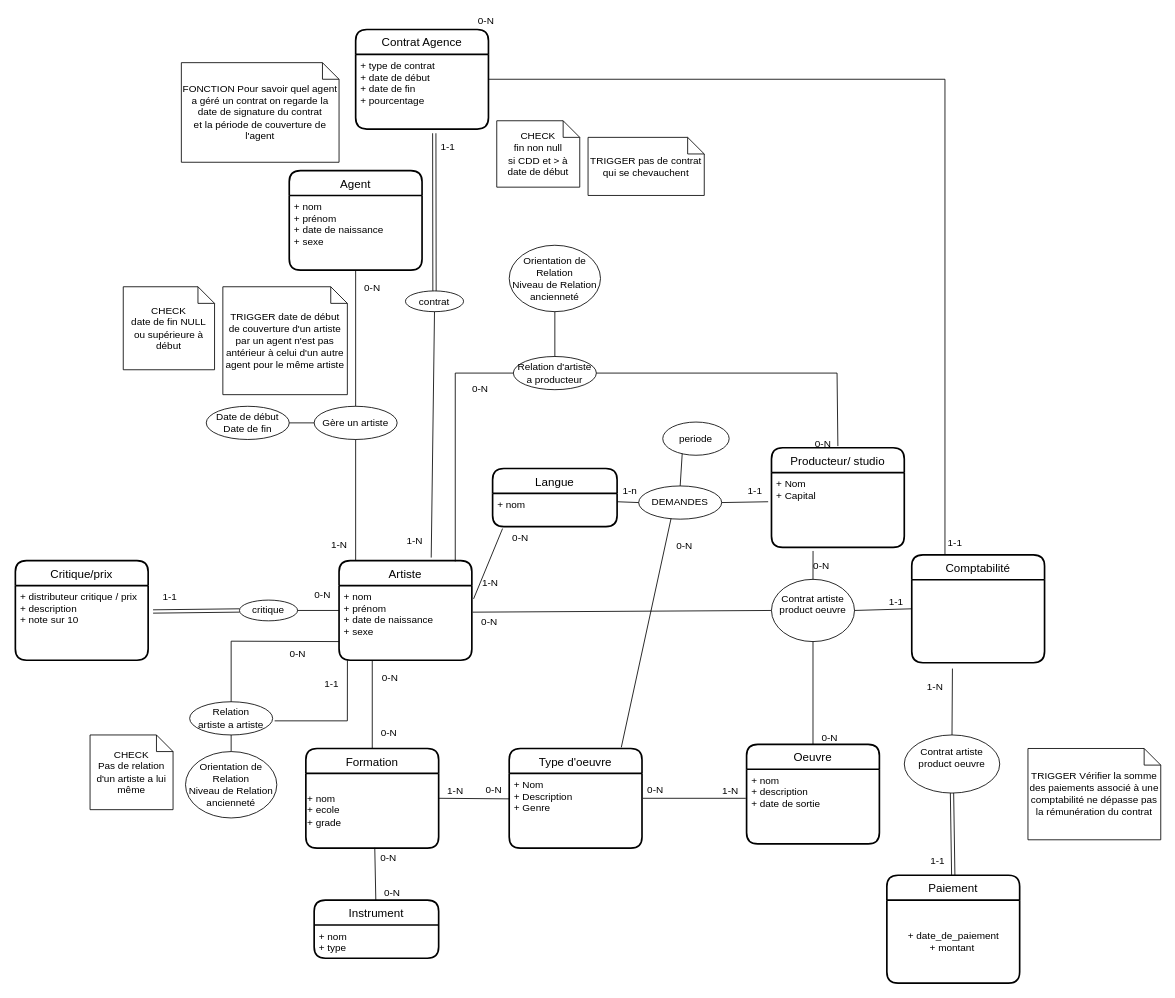
KevinD-UP/contrartist keeps this draw.io diagram as MODELISATION/modelisation-brouillon.drawio. Above is the earlier version. Source tidied: cells renumbered, new cells numbered last; positions are measured from the earlier drawing's top-left corner, leaving out a move shared by most shapes. Both pictures are drawn from the tidied source at 83%, with x=0, y=0 at pixel (15, 29).
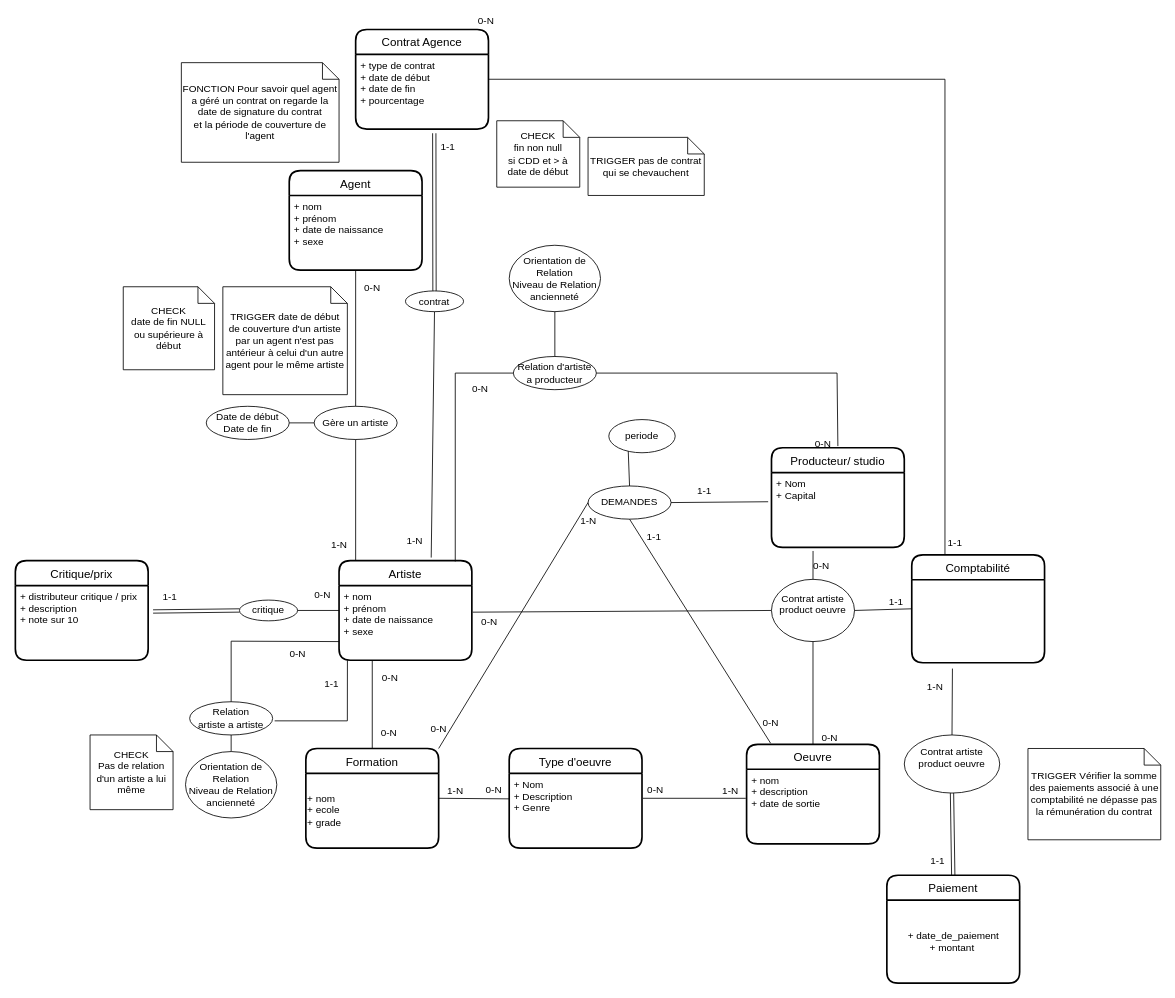
The same page after the edit.

Commit message:
Modélisation acceptée après réunion

The change refers to these unchanged cells:
```xml
<mxCell id="2" value="Type d'oeuvre" style="swimlane;horizontal=1;startSize=30;rounded=1;fontSize=14;fontStyle=0;strokeWidth=2;shadow=0;dashed=0;align=center;" parent="1" vertex="1">
  <mxGeometry x="595" y="866.3" width="160" height="120" as="geometry" />
</mxCell>
<mxCell id="4" value="Oeuvre" style="swimlane;horizontal=1;startSize=30;rounded=1;fontSize=14;fontStyle=0;strokeWidth=2;shadow=0;dashed=0;align=center;" parent="1" vertex="1">
  <mxGeometry x="881" y="861.3" width="160" height="120" as="geometry" />
</mxCell>
<mxCell id="6" value="Formation" style="swimlane;horizontal=1;startSize=30;rounded=1;fontSize=14;fontStyle=0;strokeWidth=2;shadow=0;dashed=0;align=center;" parent="1" vertex="1">
  <mxGeometry x="350" y="866.3" width="160" height="120" as="geometry" />
</mxCell>
<mxCell id="7" value="+ nom&lt;br&gt;+ ecole&lt;br&gt;+ grade" style="text;html=1;align=left;verticalAlign=middle;points=[];strokeColor=none;fillColor=none;" parent="6" vertex="1">
  <mxGeometry y="30" width="160" height="90" as="geometry" />
</mxCell>
<mxCell id="9" value="+ nom&#10;+ prénom&#10;+ date de naissance&#10;+ sexe&#10;" style="align=left;strokeColor=none;fillColor=none;spacingLeft=4;fontSize=12;verticalAlign=top;" parent="8" vertex="1">
  <mxGeometry y="30" width="160" height="90" as="geometry" />
</mxCell>
```

Change to the diagram source:
```diff
@@
-    <mxCell id="16" value="Langue" style="swimlane;horizontal=1;startSize=30;rounded=1;fontSize=14;fontStyle=0;strokeWidth=2;shadow=0;dashed=0;align=center;" parent="1" vertex="1">
-      <mxGeometry x="575" y="529" width="150" height="70" as="geometry" />
-    </mxCell>
-    <mxCell id="17" value="+ nom" style="align=left;strokeColor=none;fillColor=none;spacingLeft=4;fontSize=12;verticalAlign=top;" parent="16" vertex="1">
-      <mxGeometry y="30" width="150" height="40" as="geometry" />
-    </mxCell>
@@
-    <mxCell id="35" value="Instrument" style="swimlane;horizontal=1;startSize=30;rounded=1;fontSize=14;fontStyle=0;strokeWidth=2;shadow=0;dashed=0;align=center;" parent="1" vertex="1">
-      <mxGeometry x="360" y="1049" width="150" height="70" as="geometry" />
-    </mxCell>
-    <mxCell id="36" value="+ nom&#10;+ type" style="align=left;strokeColor=none;fillColor=none;spacingLeft=4;fontSize=12;verticalAlign=top;" parent="35" vertex="1">
-      <mxGeometry y="30" width="150" height="40" as="geometry" />
-    </mxCell>
@@
     <mxCell id="54" value="DEMANDES" style="ellipse;whiteSpace=wrap;html=1;align=center;" parent="1" vertex="1">
-      <mxGeometry x="751" y="550" width="100" height="40" as="geometry" />
+      <mxGeometry x="690" y="550" width="100" height="40" as="geometry" />
     </mxCell>
@@
-    <mxCell id="57" style="endArrow=none;html=1;rounded=0;entryX=0.39;entryY=0.98;entryDx=0;entryDy=0;entryPerimeter=0;exitX=0.844;exitY=-0.011;exitDx=0;exitDy=0;exitPerimeter=0;" parent="1" edge="1" source="2" target="54">
-      <mxGeometry relative="1" as="geometry" />
-    </mxCell>
-    <mxCell id="58" value="0-N" style="html=1;align=right;verticalAlign=bottom;" parent="57" vertex="1">
-      <mxGeometry x="1" relative="1" as="geometry">
-        <mxPoint x="26" y="42" as="offset" />
-      </mxGeometry>
-    </mxCell>
-    <mxCell id="59" style="endArrow=none;html=1;rounded=0;entryX=1;entryY=0.25;entryDx=0;entryDy=0;exitX=0;exitY=0.5;exitDx=0;exitDy=0;" parent="1" edge="1" source="54" target="17">
-      <mxGeometry relative="1" as="geometry" />
-    </mxCell>
-    <mxCell id="60" style="endArrow=none;html=1;rounded=0;exitX=0.519;exitY=0.996;exitDx=0;exitDy=0;exitPerimeter=0;" parent="1" edge="1" source="7" target="35">
-      <mxGeometry relative="1" as="geometry" />
-    </mxCell>
-    <mxCell id="61" value="0-N" style="html=1;align=left;verticalAlign=bottom;" parent="60" vertex="1">
-      <mxGeometry x="-1" relative="1" as="geometry">
-        <mxPoint x="5" y="20" as="offset" />
-      </mxGeometry>
-    </mxCell>
-    <mxCell id="62" value="0-N" style="html=1;align=right;verticalAlign=bottom;" parent="60" vertex="1">
-      <mxGeometry x="1" relative="1" as="geometry">
-        <mxPoint x="30" as="offset" />
-      </mxGeometry>
-    </mxCell>
@@
-    <mxCell id="65" style="endArrow=none;html=1;rounded=0;exitX=0.08;exitY=1.058;exitDx=0;exitDy=0;exitPerimeter=0;entryX=1.013;entryY=0.178;entryDx=0;entryDy=0;entryPerimeter=0;" parent="1" edge="1" source="17" target="9">
+    <mxCell id="65" style="endArrow=none;html=1;rounded=0;entryX=1;entryY=0;entryDx=0;entryDy=0;exitX=0;exitY=0.5;exitDx=0;exitDy=0;" parent="1" edge="1" source="54" target="6">
       <mxGeometry relative="1" as="geometry" />
     </mxCell>
-    <mxCell id="66" value="0-N" style="html=1;align=left;verticalAlign=bottom;" parent="65" vertex="1">
+    <mxCell id="66" value="1-N" style="html=1;align=left;verticalAlign=bottom;" parent="65" vertex="1">
       <mxGeometry x="-1" relative="1" as="geometry">
-        <mxPoint x="10" y="20" as="offset" />
+        <mxPoint x="-11" y="30" as="offset" />
       </mxGeometry>
     </mxCell>
-    <mxCell id="67" value="1-N" style="html=1;align=right;verticalAlign=bottom;" parent="65" vertex="1">
+    <mxCell id="67" value="0-N" style="html=1;align=right;verticalAlign=bottom;" parent="65" vertex="1">
       <mxGeometry x="1" relative="1" as="geometry">
-        <mxPoint x="30" y="-11" as="offset" />
+        <mxPoint x="10" y="-16" as="offset" />
       </mxGeometry>
     </mxCell>
@@
-    <mxCell id="70" value="1-n" style="html=1;align=left;verticalAlign=bottom;direction=west;" parent="1" vertex="1">
-      <mxGeometry x="730" y="564" as="geometry" />
-    </mxCell>
@@
     <mxCell id="80" value="periode" style="ellipse;whiteSpace=wrap;html=1;align=center;" parent="1" vertex="1">
-      <mxGeometry x="780" y="473" width="80" height="40" as="geometry" />
+      <mxGeometry x="715" y="470" width="80" height="40" as="geometry" />
     </mxCell>
@@
+    <mxCell id="104" style="endArrow=none;html=1;rounded=0;entryX=0.181;entryY=-0.011;entryDx=0;entryDy=0;exitX=0.5;exitY=1;exitDx=0;exitDy=0;entryPerimeter=0;" parent="1" edge="1" source="54" target="4">
+      <mxGeometry relative="1" as="geometry" />
+    </mxCell>
+    <mxCell id="105" value="1-1" style="html=1;align=left;verticalAlign=bottom;" parent="104" vertex="1">
+      <mxGeometry x="-1" relative="1" as="geometry">
+        <mxPoint x="19" y="30" as="offset" />
+      </mxGeometry>
+    </mxCell>
+    <mxCell id="106" value="0-N" style="html=1;align=right;verticalAlign=bottom;" parent="104" vertex="1">
+      <mxGeometry x="1" relative="1" as="geometry">
+        <mxPoint x="10" y="-16" as="offset" />
+      </mxGeometry>
+    </mxCell>
```
